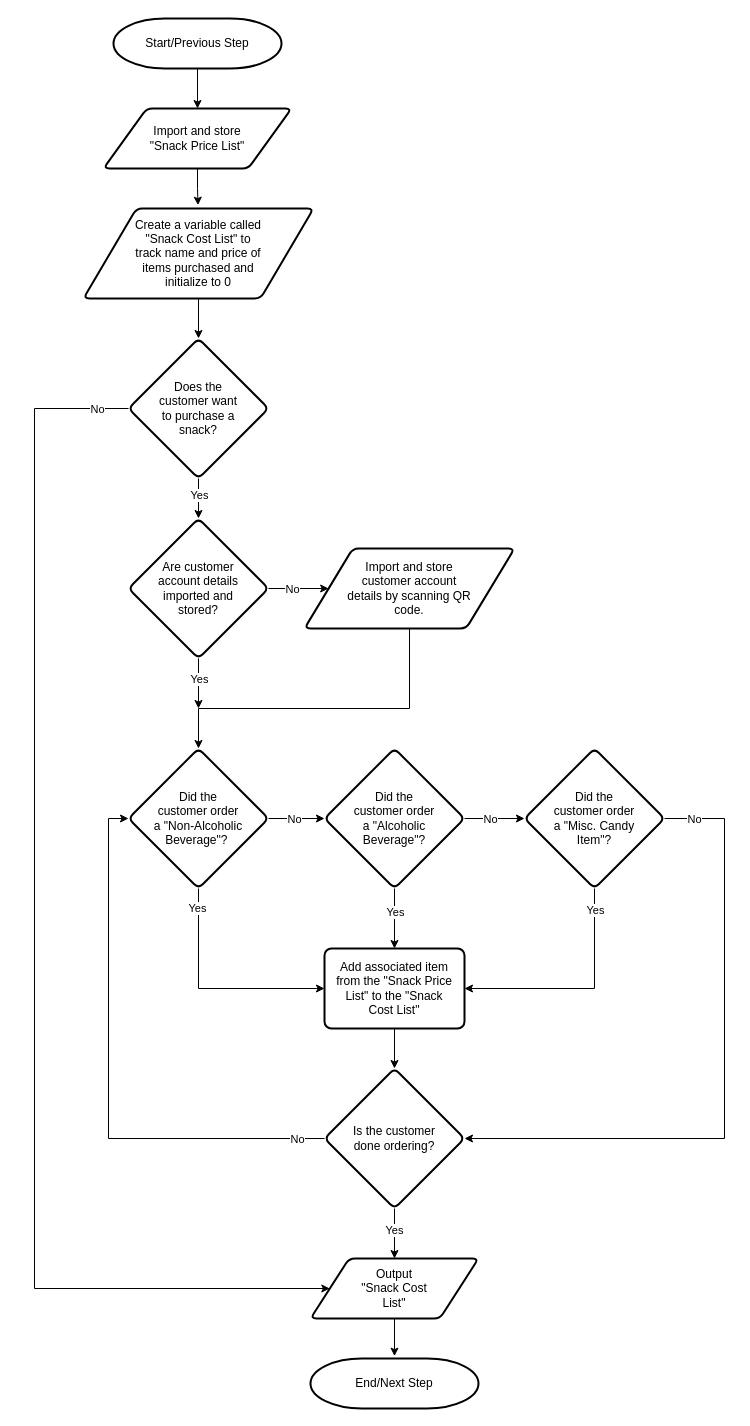
Before: APS145NFF/W5/APS145_WS5_logic3_part4.drawio in lucanovello/Winter-2024, a draw.io diagram. Source tidied: cells renumbered, new cells numbered last; positions are measured from the earlier drawing's top-left corner, leaving out a move shared by most shapes. Both pictures are drawn from the tidied source at 100%, with x=0, y=0 at pixel (34, 18).
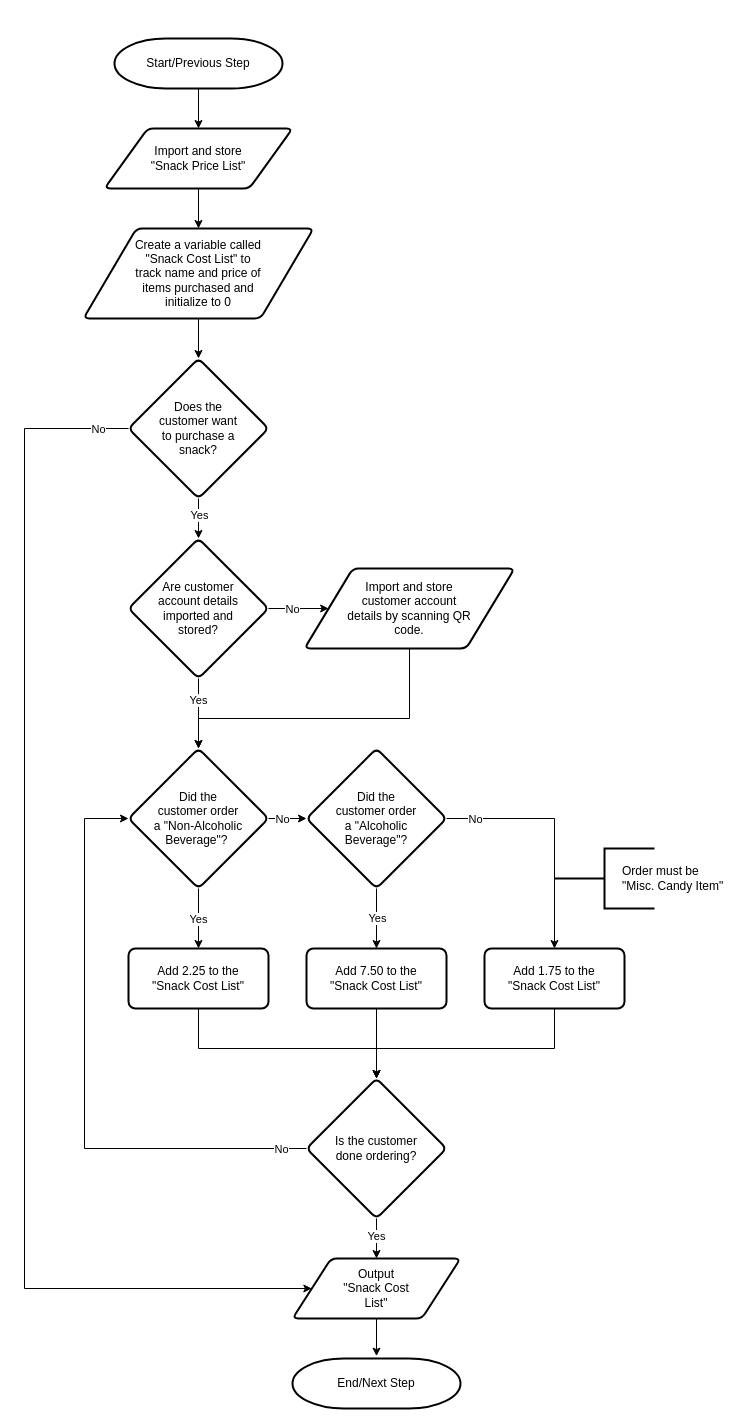
The same diagram, later.

Unchanged cells that the change refers to:
```xml
<mxCell id="9" style="edgeStyle=orthogonalEdgeStyle;rounded=0;jettySize=auto;html=1;spacing=12;spacingTop=5;spacingBottom=5;spacingLeft=5;spacingRight=5;entryX=0.5;entryY=0;entryDx=0;entryDy=0;" parent="1" edge="1" source="13" target="24">
  <mxGeometry relative="1" as="geometry" />
</mxCell>
<mxCell id="18" value="&lt;p style=&quot;line-height: 120%;&quot;&gt;Did the customer order a&amp;nbsp;&quot;Non-Alcoholic Beverage&quot;?&amp;nbsp;&lt;/p&gt;" style="rhombus;whiteSpace=wrap;html=1;strokeWidth=2;rounded=1;arcSize=12;verticalAlign=middle;horizontal=1;spacing=21;spacingBottom=5;spacingTop=5;spacingLeft=5;spacingRight=5;" parent="1" vertex="1">
  <mxGeometry x="94" y="730" width="140" height="140" as="geometry" />
</mxCell>
```

Diff of the diagram source:
```diff
@@
+    <mxCell id="3" style="edgeStyle=orthogonalEdgeStyle;rounded=0;jettySize=auto;html=1;" parent="1" edge="1" source="2" target="26">
+      <mxGeometry relative="1" as="geometry" />
+    </mxCell>
     <mxCell id="2" value="Start/Previous Step" style="strokeWidth=2;html=1;shape=mxgraph.flowchart.terminator;whiteSpace=wrap;spacing=20;spacingTop=5;spacingBottom=5;spacingLeft=5;spacingRight=5;" parent="1" vertex="1">
-      <mxGeometry x="79" width="168" height="50" as="geometry" />
+      <mxGeometry x="80" y="20" width="168" height="50" as="geometry" />
     </mxCell>
-    <mxCell id="3" style="endArrow=classic;html=1;rounded=0;exitX=0.5;exitY=1;exitDx=0;exitDy=0;exitPerimeter=0;entryX=0.5;entryY=0;entryDx=0;entryDy=0;" parent="1" edge="1" source="2" target="26">
-      <mxGeometry relative="1" as="geometry" />
-    </mxCell>
@@
-    <mxCell id="6" style="edgeStyle=orthogonalEdgeStyle;rounded=0;jettySize=auto;html=1;entryX=0;entryY=0.5;entryDx=0;entryDy=0;" parent="1" edge="1" source="8" target="22">
+    <mxCell id="6" style="edgeStyle=orthogonalEdgeStyle;rounded=0;jettySize=auto;html=1;entryX=0;entryY=0.5;entryDx=0;entryDy=0;exitX=0;exitY=0.5;exitDx=0;exitDy=0;" parent="1" edge="1" source="8" target="22">
       <mxGeometry relative="1" as="geometry">
         <Array as="points">
-          <mxPoint y="390" />
-          <mxPoint y="1270" />
+          <mxPoint x="-10" y="410" />
+          <mxPoint x="-10" y="1270" />
         </Array>
       </mxGeometry>
     </mxCell>
@@
     <mxCell id="8" value="&lt;p style=&quot;line-height: 120%;&quot;&gt;Does the customer want to purchase a snack?&lt;/p&gt;" style="rhombus;whiteSpace=wrap;html=1;strokeWidth=2;rounded=1;arcSize=12;verticalAlign=middle;horizontal=1;spacing=21;spacingBottom=5;spacingTop=5;spacingLeft=5;spacingRight=5;" parent="1" vertex="1">
-      <mxGeometry x="94" y="320" width="140" height="140" as="geometry" />
+      <mxGeometry x="94" y="340" width="140" height="140" as="geometry" />
     </mxCell>
@@
     <mxCell id="10" value="Yes" style="edgeLabel;html=1;align=center;verticalAlign=middle;spacing=12;spacingTop=5;spacingBottom=5;spacingLeft=5;spacingRight=5;" parent="9" vertex="1">
       <mxGeometry x="-0.16" y="1" relative="1" as="geometry">
-        <mxPoint x="-1" y="-2" as="offset" />
+        <mxPoint x="-1" y="4" as="offset" />
       </mxGeometry>
     </mxCell>
-    <mxCell id="11" style="edgeStyle=orthogonalEdgeStyle;rounded=0;jettySize=auto;html=1;spacing=12;spacingTop=5;spacingBottom=5;spacingLeft=5;spacingRight=5;entryX=0;entryY=0.5;entryDx=0;entryDy=0;" parent="1" edge="1" source="13" target="32">
+    <mxCell id="11" style="edgeStyle=orthogonalEdgeStyle;rounded=0;jettySize=auto;html=1;spacing=12;spacingTop=5;spacingBottom=5;spacingLeft=5;spacingRight=5;entryX=0.5;entryY=0;entryDx=0;entryDy=0;" parent="1" edge="1" source="13" target="46">
       <mxGeometry relative="1" as="geometry" />
     </mxCell>
     <mxCell id="12" value="No" style="edgeLabel;html=1;align=center;verticalAlign=middle;spacing=12;spacingTop=5;spacingBottom=5;spacingLeft=5;spacingRight=5;" parent="11" vertex="1">
       <mxGeometry x="0.07" relative="1" as="geometry">
-        <mxPoint x="-7" as="offset" />
+        <mxPoint x="-80" y="-19" as="offset" />
       </mxGeometry>
     </mxCell>
     <mxCell id="13" value="&lt;p style=&quot;line-height: 120%;&quot;&gt;Did the customer order a&amp;nbsp;&quot;Alcoholic Beverage&quot;?&lt;br&gt;&lt;/p&gt;" style="rhombus;whiteSpace=wrap;html=1;strokeWidth=2;rounded=1;arcSize=12;verticalAlign=middle;horizontal=1;spacing=21;spacingBottom=5;spacingTop=5;spacingLeft=5;spacingRight=5;" parent="1" vertex="1">
-      <mxGeometry x="290" y="730" width="140" height="140" as="geometry" />
+      <mxGeometry x="272" y="730" width="140" height="140" as="geometry" />
     </mxCell>
@@
-    <mxCell id="16" style="edgeStyle=orthogonalEdgeStyle;rounded=0;jettySize=auto;html=1;entryX=0;entryY=0.5;entryDx=0;entryDy=0;" parent="1" edge="1" source="18" target="24">
-      <mxGeometry relative="1" as="geometry">
-        <Array as="points">
-          <mxPoint x="164" y="970" />
-        </Array>
-      </mxGeometry>
+    <mxCell id="16" style="edgeStyle=orthogonalEdgeStyle;rounded=0;jettySize=auto;html=1;entryX=0.5;entryY=0;entryDx=0;entryDy=0;" parent="1" edge="1" source="18" target="48">
+      <mxGeometry relative="1" as="geometry" />
     </mxCell>
     <mxCell id="17" value="Yes" style="edgeLabel;html=1;align=center;verticalAlign=middle;" parent="16" vertex="1">
-      <mxGeometry x="-0.83" y="-2" relative="1" as="geometry" />
+      <mxGeometry x="-0.83" y="-2" relative="1" as="geometry">
+        <mxPoint x="1" y="25" as="offset" />
+      </mxGeometry>
     </mxCell>
@@
     <mxCell id="20" value="Create a variable called &quot;Snack Cost List&quot; to track name and price of items purchased and initialize to 0" style="shape=parallelogram;html=1;strokeWidth=2;perimeter=parallelogramPerimeter;whiteSpace=wrap;rounded=1;arcSize=12;size=0.23;spacing=20;spacingTop=30;spacingBottom=30;spacingLeft=30;spacingRight=30;" parent="1" vertex="1">
-      <mxGeometry x="49" y="190" width="230" height="90" as="geometry" />
+      <mxGeometry x="49" y="210" width="230" height="90" as="geometry" />
     </mxCell>
@@
     <mxCell id="22" value="Output &quot;Snack Cost List&quot;" style="shape=parallelogram;html=1;strokeWidth=2;perimeter=parallelogramPerimeter;whiteSpace=wrap;rounded=1;arcSize=12;size=0.23;spacing=20;spacingTop=20;spacingBottom=20;spacingLeft=30;spacingRight=30;" parent="1" vertex="1">
-      <mxGeometry x="276" y="1240" width="168" height="60" as="geometry" />
+      <mxGeometry x="258" y="1240" width="168" height="60" as="geometry" />
     </mxCell>
@@
-    <mxCell id="24" value="Add associated item from the &quot;Snack Price List&quot; to the &quot;Snack Cost List&quot;" style="rounded=1;whiteSpace=wrap;html=1;absoluteArcSize=1;arcSize=14;strokeWidth=2;spacing=10;spacingTop=0;spacingBottom=0;spacingLeft=0;spacingRight=0;" parent="1" vertex="1">
-      <mxGeometry x="290" y="930" width="140" height="80" as="geometry" />
+    <mxCell id="24" value="Add 7.50 to the &quot;Snack Cost List&quot;" style="rounded=1;whiteSpace=wrap;html=1;absoluteArcSize=1;arcSize=14;strokeWidth=2;spacing=10;spacingTop=0;spacingBottom=0;spacingLeft=0;spacingRight=0;" parent="1" vertex="1">
+      <mxGeometry x="272" y="930" width="140" height="60" as="geometry" />
     </mxCell>
-    <mxCell id="25" style="edgeStyle=orthogonalEdgeStyle;rounded=0;jettySize=auto;html=1;entryX=0.498;entryY=-0.037;entryDx=0;entryDy=0;entryPerimeter=0;" parent="1" edge="1" source="26" target="20">
+    <mxCell id="25" style="edgeStyle=orthogonalEdgeStyle;rounded=0;jettySize=auto;html=1;" parent="1" edge="1" source="26" target="20">
       <mxGeometry relative="1" as="geometry" />
     </mxCell>
     <mxCell id="26" value="Import and store &quot;Snack Price List&quot;" style="shape=parallelogram;html=1;strokeWidth=2;perimeter=parallelogramPerimeter;whiteSpace=wrap;rounded=1;arcSize=12;size=0.23;spacing=20;spacingTop=20;spacingBottom=20;spacingLeft=20;spacingRight=20;" parent="1" vertex="1">
-      <mxGeometry x="69" y="90" width="188" height="60" as="geometry" />
+      <mxGeometry x="70" y="110" width="188" height="60" as="geometry" />
     </mxCell>
     <mxCell id="27" value="End/Next Step" style="strokeWidth=2;html=1;shape=mxgraph.flowchart.terminator;whiteSpace=wrap;spacing=20;spacingTop=5;spacingBottom=5;spacingLeft=5;spacingRight=5;" parent="1" vertex="1">
-      <mxGeometry x="276" y="1340" width="168" height="50" as="geometry" />
+      <mxGeometry x="258" y="1340" width="168" height="50" as="geometry" />
     </mxCell>
-    <mxCell id="28" style="edgeStyle=orthogonalEdgeStyle;rounded=0;jettySize=auto;html=1;exitX=1;exitY=0.5;exitDx=0;exitDy=0;entryX=1;entryY=0.5;entryDx=0;entryDy=0;" parent="1" edge="1" source="32" target="37">
-      <mxGeometry relative="1" as="geometry">
-        <Array as="points">
-          <mxPoint x="690" y="800" />
-          <mxPoint x="690" y="1120" />
-        </Array>
-      </mxGeometry>
-    </mxCell>
-    <mxCell id="29" value="No" style="edgeLabel;html=1;align=center;verticalAlign=middle;" parent="28" vertex="1">
-      <mxGeometry x="-0.91" relative="1" as="geometry" />
-    </mxCell>
-    <mxCell id="30" style="edgeStyle=orthogonalEdgeStyle;rounded=0;jettySize=auto;html=1;exitX=0.5;exitY=1;exitDx=0;exitDy=0;entryX=1;entryY=0.5;entryDx=0;entryDy=0;" parent="1" edge="1" source="32" target="24">
-      <mxGeometry relative="1" as="geometry">
-        <Array as="points">
-          <mxPoint x="560" y="970" />
-        </Array>
-      </mxGeometry>
-    </mxCell>
-    <mxCell id="31" value="Yes" style="edgeLabel;html=1;align=center;verticalAlign=middle;" parent="30" vertex="1">
-      <mxGeometry x="-0.82" relative="1" as="geometry" />
-    </mxCell>
-    <mxCell id="32" value="&lt;p style=&quot;line-height: 120%;&quot;&gt;Did the customer order a&amp;nbsp;&quot;Misc. Candy Item&quot;?&lt;br&gt;&lt;/p&gt;" style="rhombus;whiteSpace=wrap;html=1;strokeWidth=2;rounded=1;arcSize=12;verticalAlign=middle;horizontal=1;spacing=21;spacingBottom=5;spacingTop=5;spacingLeft=5;spacingRight=5;" parent="1" vertex="1">
-      <mxGeometry x="490" y="730" width="140" height="140" as="geometry" />
-    </mxCell>
@@
-    <mxCell id="35" style="edgeStyle=orthogonalEdgeStyle;rounded=0;jettySize=auto;html=1;entryX=0;entryY=0.5;entryDx=0;entryDy=0;" parent="1" edge="1" source="37" target="18">
-      <mxGeometry relative="1" as="geometry" />
+    <mxCell id="35" style="edgeStyle=orthogonalEdgeStyle;rounded=0;jettySize=auto;html=1;entryX=0;entryY=0.5;entryDx=0;entryDy=0;exitX=0;exitY=0.5;exitDx=0;exitDy=0;" parent="1" edge="1" source="37" target="18">
+      <mxGeometry relative="1" as="geometry">
+        <Array as="points">
+          <mxPoint x="50" y="1130" />
+          <mxPoint x="50" y="800" />
+        </Array>
+      </mxGeometry>
     </mxCell>
     <mxCell id="36" value="No" style="edgeLabel;html=1;align=center;verticalAlign=middle;" parent="35" vertex="1">
       <mxGeometry x="-0.9" y="1" relative="1" as="geometry">
-        <mxPoint y="-1" as="offset" />
+        <mxPoint x="4" y="-1" as="offset" />
       </mxGeometry>
     </mxCell>
     <mxCell id="37" value="&lt;p style=&quot;line-height: 120%;&quot;&gt;Is the customer done ordering?&lt;br&gt;&lt;/p&gt;" style="rhombus;whiteSpace=wrap;html=1;strokeWidth=2;rounded=1;arcSize=12;verticalAlign=middle;horizontal=1;spacing=21;spacingBottom=5;spacingTop=5;spacingLeft=5;spacingRight=5;" parent="1" vertex="1">
-      <mxGeometry x="290" y="1050" width="140" height="140" as="geometry" />
+      <mxGeometry x="272" y="1060" width="140" height="140" as="geometry" />
     </mxCell>
-    <mxCell id="38" style="edgeStyle=orthogonalEdgeStyle;rounded=0;jettySize=auto;html=1;" parent="1" edge="1" source="42">
-      <mxGeometry relative="1" as="geometry">
-        <mxPoint x="164" y="690" as="targetPoint" />
-      </mxGeometry>
+    <mxCell id="38" style="edgeStyle=orthogonalEdgeStyle;rounded=0;jettySize=auto;html=1;entryX=0.5;entryY=0;entryDx=0;entryDy=0;" parent="1" edge="1" source="42" target="18">
+      <mxGeometry relative="1" as="geometry" />
     </mxCell>
     <mxCell id="39" value="Yes" style="edgeLabel;html=1;align=center;verticalAlign=middle;" parent="38" vertex="1">
       <mxGeometry x="-0.44" y="3" relative="1" as="geometry">
-        <mxPoint x="-3" y="6" as="offset" />
+        <mxPoint x="-4" y="1" as="offset" />
       </mxGeometry>
     </mxCell>
@@
     <mxCell id="42" value="&lt;p style=&quot;line-height: 120%;&quot;&gt;Are customer account details imported and stored?&lt;/p&gt;" style="rhombus;whiteSpace=wrap;html=1;strokeWidth=2;rounded=1;arcSize=12;verticalAlign=middle;horizontal=1;spacing=21;spacingBottom=5;spacingTop=5;spacingLeft=5;spacingRight=5;" parent="1" vertex="1">
-      <mxGeometry x="94" y="500" width="140" height="140" as="geometry" />
+      <mxGeometry x="94" y="520" width="140" height="140" as="geometry" />
     </mxCell>
     <mxCell id="43" style="edgeStyle=orthogonalEdgeStyle;rounded=0;jettySize=auto;html=1;entryX=0.5;entryY=0;entryDx=0;entryDy=0;" parent="1" edge="1" source="44" target="18">
       <mxGeometry relative="1" as="geometry">
         <Array as="points">
-          <mxPoint x="375" y="690" />
-          <mxPoint x="164" y="690" />
+          <mxPoint x="375" y="700" />
+          <mxPoint x="164" y="700" />
         </Array>
       </mxGeometry>
     </mxCell>
     <mxCell id="44" value="Import and store customer account details by scanning QR code." style="shape=parallelogram;html=1;strokeWidth=2;perimeter=parallelogramPerimeter;whiteSpace=wrap;rounded=1;arcSize=12;size=0.23;spacing=20;spacingTop=20;spacingBottom=20;spacingLeft=20;spacingRight=20;" parent="1" vertex="1">
-      <mxGeometry x="270" y="530" width="210" height="80" as="geometry" />
+      <mxGeometry x="270" y="550" width="210" height="80" as="geometry" />
     </mxCell>
+    <mxCell id="45" style="edgeStyle=orthogonalEdgeStyle;rounded=0;jettySize=auto;html=1;entryX=0.5;entryY=0;entryDx=0;entryDy=0;exitX=0.5;exitY=1;exitDx=0;exitDy=0;" parent="1" edge="1" source="46" target="37">
+      <mxGeometry relative="1" as="geometry">
+        <Array as="points">
+          <mxPoint x="520" y="1030" />
+          <mxPoint x="342" y="1030" />
+        </Array>
+      </mxGeometry>
+    </mxCell>
+    <mxCell id="46" value="Add 1.75 to the &quot;Snack Cost List&quot;" style="rounded=1;whiteSpace=wrap;html=1;absoluteArcSize=1;arcSize=14;strokeWidth=2;spacing=10;spacingTop=0;spacingBottom=0;spacingLeft=0;spacingRight=0;" parent="1" vertex="1">
+      <mxGeometry x="450" y="930" width="140" height="60" as="geometry" />
+    </mxCell>
+    <mxCell id="47" style="edgeStyle=orthogonalEdgeStyle;rounded=0;jettySize=auto;html=1;entryX=0.5;entryY=0;entryDx=0;entryDy=0;" parent="1" edge="1" source="48" target="37">
+      <mxGeometry relative="1" as="geometry">
+        <Array as="points">
+          <mxPoint x="164" y="1030" />
+          <mxPoint x="342" y="1030" />
+        </Array>
+      </mxGeometry>
+    </mxCell>
+    <mxCell id="48" value="Add 2.25 to the &quot;Snack Cost List&quot;" style="rounded=1;whiteSpace=wrap;html=1;absoluteArcSize=1;arcSize=14;strokeWidth=2;spacing=10;spacingTop=0;spacingBottom=0;spacingLeft=0;spacingRight=0;" parent="1" vertex="1">
+      <mxGeometry x="94" y="930" width="140" height="60" as="geometry" />
+    </mxCell>
+    <mxCell id="49" value="Order must be &quot;Misc. Candy Item&quot;" style="strokeWidth=2;shape=mxgraph.flowchart.annotation_2;align=left;labelPosition=right;spacingRight=0;spacing=0;verticalLabelPosition=middle;verticalAlign=middle;spacingLeft=-32;fixedWidth=0;movableLabel=1;labelPadding=0;overflow=visible;perimeterSpacing=0;whiteSpace=wrap;html=1;spacingTop=0;spacingBottom=0;" parent="1" vertex="1">
+      <mxGeometry x="520" y="830" width="100" height="60" as="geometry" />
+    </mxCell>
```
